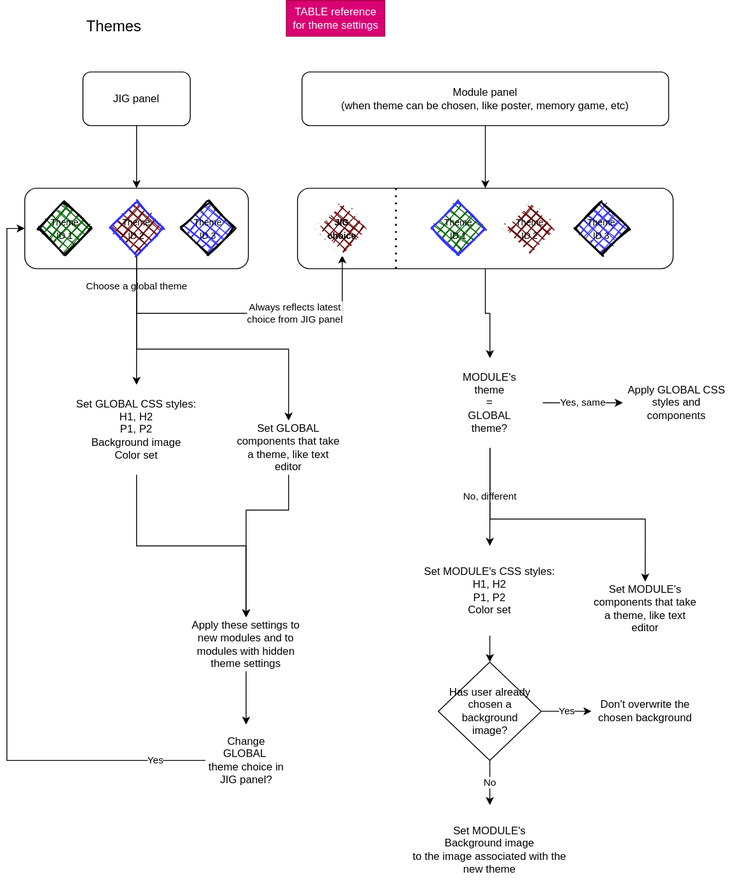
Above: jig/themes.drawio.svg in ji-devs/ji-cloud-flowcharts (draw.io), before the change. Source tidied: cells renumbered, new cells last; positions are measured from the earlier drawing's top-left corner, leaving out a move shared by most shapes.
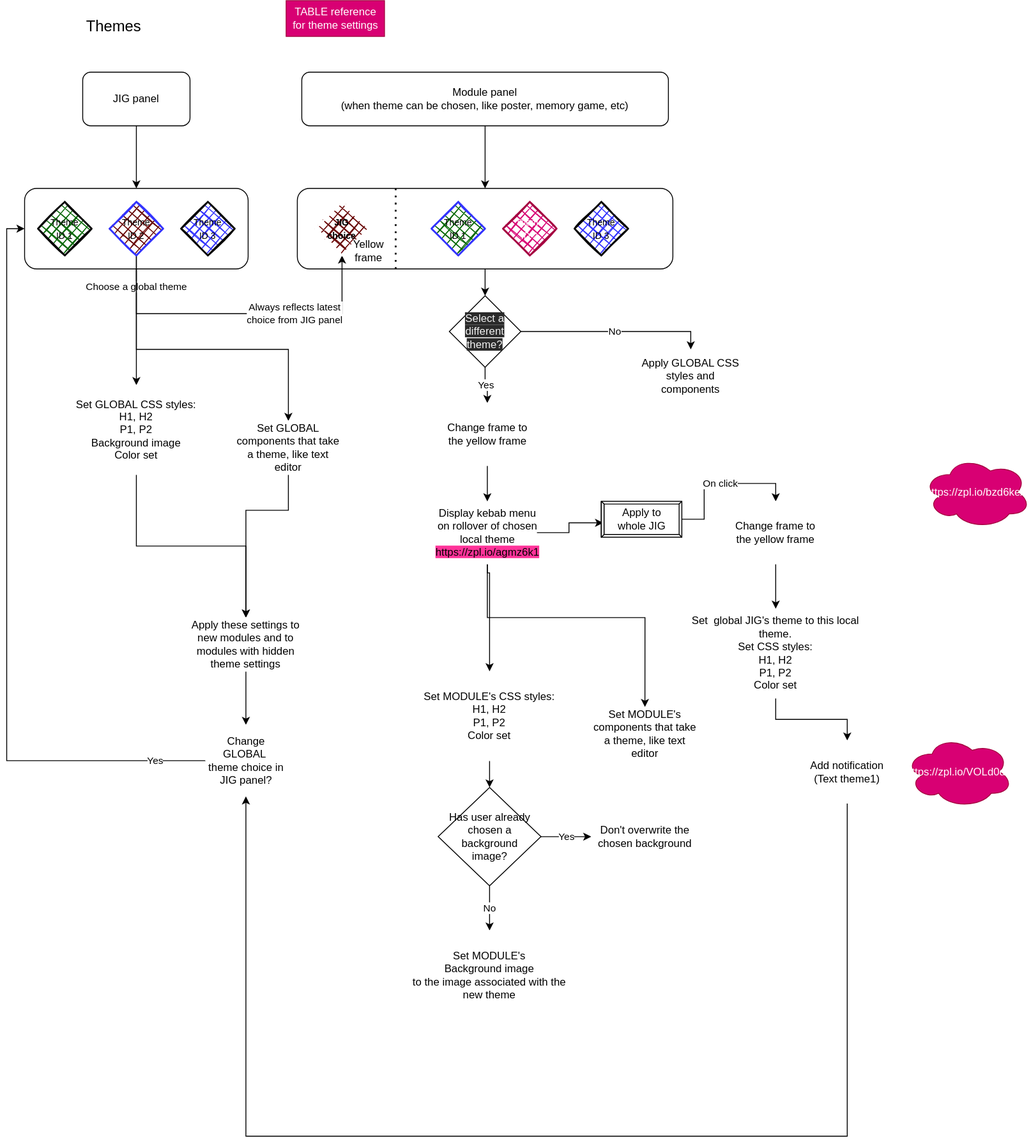
After the change.

Commit message:
changed to match new design

Change to the diagram source:
```diff
@@ -2,9 +2,9 @@
   <root>
     <mxCell id="0" />
     <mxCell id="1" parent="0" />
-    <mxCell id="2" style="edgeStyle=orthogonalEdgeStyle;rounded=0;jettySize=auto;html=1;" parent="1" edge="1" source="3" target="35">
-      <mxGeometry relative="1" as="geometry" />
-    </mxCell>
+    <mxCell id="43" style="edgeStyle=orthogonalEdgeStyle;rounded=0;jettySize=auto;html=1;" parent="1" edge="1" source="3" target="55">
+      <mxGeometry relative="1" as="geometry" />
+    </mxCell>
     <mxCell id="3" style="rounded=1;whiteSpace=wrap;html=1;" parent="1" vertex="1">
       <mxGeometry x="325" y="210" width="420" height="90" as="geometry" />
     </mxCell>
@@ -69,7 +69,7 @@
     <mxCell id="20" value="&lt;font style=&quot;font-size: 10px&quot;&gt;Theme&lt;br&gt;ID 3&lt;/font&gt;" style="rhombus;whiteSpace=wrap;html=1;strokeWidth=2;fillWeight=-1;hachureGap=8;fillStyle=cross-hatch;sketch=1;fillColor=#3333FF;" parent="1" vertex="1">
       <mxGeometry x="635" y="225" width="60" height="60" as="geometry" />
     </mxCell>
-    <mxCell id="21" value="&lt;font style=&quot;font-size: 10px&quot;&gt;Theme&lt;br&gt;ID 2&lt;/font&gt;" style="rhombus;whiteSpace=wrap;html=1;strokeWidth=2;fillWeight=-1;hachureGap=8;fillStyle=cross-hatch;sketch=1;fillColor=#660000;strokeColor=#FFFFFF;" parent="1" vertex="1">
+    <mxCell id="21" value="&lt;font style=&quot;font-size: 10px&quot;&gt;Theme&lt;br&gt;ID 2&lt;/font&gt;" style="rhombus;whiteSpace=wrap;html=1;strokeWidth=2;fillWeight=-1;hachureGap=8;fillStyle=cross-hatch;sketch=1;fillColor=#d80073;strokeColor=#A50040;fontColor=#ffffff;" parent="1" vertex="1">
       <mxGeometry x="555" y="225" width="60" height="60" as="geometry" />
     </mxCell>
     <mxCell id="22" style="endArrow=none;dashed=1;html=1;dashPattern=1 3;strokeWidth=2;" parent="1" edge="1">
@@ -85,7 +85,7 @@
       <mxGeometry relative="1" as="geometry" />
     </mxCell>
     <mxCell id="24" value="Set MODULE's CSS styles:&amp;nbsp;&lt;br&gt;H1,&amp;nbsp;H2&lt;br&gt;P1,&amp;nbsp;P2&lt;br&gt;Color set" style="rounded=1;whiteSpace=wrap;html=1;fillColor=none;strokeColor=#FFFFFF;" parent="1" vertex="1">
-      <mxGeometry x="445" y="610" width="190" height="100" as="geometry" />
+      <mxGeometry x="445" y="750" width="190" height="100" as="geometry" />
     </mxCell>
     <mxCell id="25" style="edgeStyle=orthogonalEdgeStyle;rounded=0;jettySize=auto;html=1;entryX=0.5;entryY=0;entryDx=0;entryDy=0;" parent="1" edge="1" source="26" target="29">
       <mxGeometry relative="1" as="geometry">
@@ -99,7 +99,7 @@
       <mxGeometry x="255" y="470" width="120" height="60" as="geometry" />
     </mxCell>
     <mxCell id="27" value="Set MODULE's components that take a theme, like text editor" style="rounded=1;whiteSpace=wrap;html=1;strokeColor=#FFFFFF;fillColor=none;" parent="1" vertex="1">
-      <mxGeometry x="653.8" y="650" width="120" height="60" as="geometry" />
+      <mxGeometry x="653.8" y="790" width="120" height="60" as="geometry" />
     </mxCell>
     <mxCell id="28" style="edgeStyle=orthogonalEdgeStyle;rounded=0;jettySize=auto;html=1;entryX=0.5;entryY=0;entryDx=0;entryDy=0;" parent="1" edge="1" source="29" target="31">
       <mxGeometry relative="1" as="geometry" />
@@ -118,25 +118,18 @@
     <mxCell id="31" value="Change GLOBAL&amp;nbsp; theme choice in JIG panel?" style="rhombus;whiteSpace=wrap;html=1;strokeColor=#FFFFFF;fillColor=none;" parent="1" vertex="1">
       <mxGeometry x="222.5" y="810" width="90" height="80" as="geometry" />
     </mxCell>
-    <mxCell id="32" value="No, different" style="edgeStyle=orthogonalEdgeStyle;rounded=0;jettySize=auto;html=1;" parent="1" edge="1" source="35" target="24">
-      <mxGeometry relative="1" as="geometry" />
-    </mxCell>
-    <mxCell id="33" style="edgeStyle=orthogonalEdgeStyle;rounded=0;jettySize=auto;html=1;entryX=0.5;entryY=0;entryDx=0;entryDy=0;" parent="1" edge="1" source="35" target="27">
+    <mxCell id="33" style="edgeStyle=orthogonalEdgeStyle;rounded=0;jettySize=auto;html=1;entryX=0.5;entryY=0;entryDx=0;entryDy=0;exitX=0.5;exitY=1;exitDx=0;exitDy=0;" parent="1" edge="1" source="46" target="27">
       <mxGeometry relative="1" as="geometry">
         <Array as="points">
-          <mxPoint x="539.8" y="580" />
-          <mxPoint x="713.8" y="580" />
+          <mxPoint x="538" y="640" />
+          <mxPoint x="540" y="640" />
+          <mxPoint x="540" y="690" />
+          <mxPoint x="714" y="690" />
         </Array>
       </mxGeometry>
     </mxCell>
-    <mxCell id="34" value="Yes, same" style="edgeStyle=orthogonalEdgeStyle;rounded=0;jettySize=auto;html=1;entryX=0;entryY=0.5;entryDx=0;entryDy=0;" parent="1" edge="1" source="35" target="36">
-      <mxGeometry relative="1" as="geometry" />
-    </mxCell>
-    <mxCell id="35" value="MODULE's &lt;br&gt;theme &lt;br&gt;= &lt;br&gt;GLOBAL &lt;br&gt;theme?" style="rhombus;whiteSpace=wrap;html=1;strokeColor=#FFFFFF;fillColor=none;" parent="1" vertex="1">
-      <mxGeometry x="481.2" y="400" width="117.5" height="100" as="geometry" />
-    </mxCell>
     <mxCell id="36" value="Apply GLOBAL CSS styles and components" style="rounded=1;whiteSpace=wrap;html=1;strokeColor=#FFFFFF;fillColor=none;" parent="1" vertex="1">
-      <mxGeometry x="688.8" y="420" width="120" height="60" as="geometry" />
+      <mxGeometry x="705" y="390" width="120" height="60" as="geometry" />
     </mxCell>
     <mxCell id="37" value="TABLE reference for theme settings" style="text;html=1;strokeColor=#A50040;fillColor=#d80073;align=center;verticalAlign=middle;whiteSpace=wrap;rounded=0;fontColor=#ffffff;" parent="1" vertex="1">
       <mxGeometry x="312.5" width="110" height="40" as="geometry" />
@@ -148,13 +141,75 @@
       <mxGeometry relative="1" as="geometry" />
     </mxCell>
     <mxCell id="40" value="Has user already chosen a background &lt;br&gt;image?" style="rhombus;whiteSpace=wrap;html=1;" parent="1" vertex="1">
-      <mxGeometry x="482.5" y="740" width="115" height="110" as="geometry" />
+      <mxGeometry x="482.5" y="880" width="115" height="110" as="geometry" />
     </mxCell>
     <mxCell id="41" value="Set MODULE's&amp;nbsp;&lt;br&gt;Background image&lt;br&gt;to the image associated with the new theme" style="rounded=1;whiteSpace=wrap;html=1;fillColor=none;strokeColor=#FFFFFF;" parent="1" vertex="1">
-      <mxGeometry x="445" y="900" width="190" height="100" as="geometry" />
+      <mxGeometry x="445" y="1040" width="190" height="100" as="geometry" />
     </mxCell>
     <mxCell id="42" value="Don't overwrite the chosen background" style="rounded=1;whiteSpace=wrap;html=1;fillColor=none;strokeColor=#FFFFFF;" parent="1" vertex="1">
-      <mxGeometry x="653.8" y="757.5" width="120" height="75" as="geometry" />
+      <mxGeometry x="653.8" y="897.5" width="120" height="75" as="geometry" />
     </mxCell>
+    <mxCell id="44" style="edgeStyle=orthogonalEdgeStyle;rounded=0;jettySize=auto;html=1;entryX=0.022;entryY=0.6;entryDx=0;entryDy=0;entryPerimeter=0;" parent="1" edge="1" source="46" target="48">
+      <mxGeometry relative="1" as="geometry" />
+    </mxCell>
+    <mxCell id="45" style="edgeStyle=orthogonalEdgeStyle;rounded=0;jettySize=auto;html=1;" parent="1" edge="1" source="46" target="24">
+      <mxGeometry relative="1" as="geometry" />
+    </mxCell>
+    <mxCell id="46" value="Display kebab menu on rollover of chosen local theme&lt;br&gt;&lt;span style=&quot;background-color: rgb(255 , 51 , 153)&quot;&gt;https://zpl.io/agmz6k1&lt;/span&gt;" style="rounded=1;whiteSpace=wrap;html=1;strokeColor=#FFFFFF;fillColor=none;" parent="1" vertex="1">
+      <mxGeometry x="482.5" y="560" width="110" height="70" as="geometry" />
+    </mxCell>
+    <mxCell id="47" value="On click" style="edgeStyle=orthogonalEdgeStyle;rounded=0;jettySize=auto;html=1;entryX=0.5;entryY=0;entryDx=0;entryDy=0;" parent="1" edge="1" source="48" target="57">
+      <mxGeometry relative="1" as="geometry" />
+    </mxCell>
+    <mxCell id="48" value="Apply to &lt;br&gt;whole JIG" style="labelPosition=center;verticalLabelPosition=middle;align=center;html=1;shape=mxgraph.basic.button;dx=3;" parent="1" vertex="1">
+      <mxGeometry x="665" y="560" width="90" height="40" as="geometry" />
+    </mxCell>
+    <mxCell id="49" style="edgeStyle=orthogonalEdgeStyle;rounded=0;jettySize=auto;html=1;entryX=0.5;entryY=1;entryDx=0;entryDy=0;exitX=0.5;exitY=1;exitDx=0;exitDy=0;" parent="1" edge="1" source="61" target="31">
+      <mxGeometry relative="1" as="geometry">
+        <Array as="points">
+          <mxPoint x="940" y="1270" />
+          <mxPoint x="268" y="1270" />
+        </Array>
+      </mxGeometry>
+    </mxCell>
+    <mxCell id="50" style="edgeStyle=orthogonalEdgeStyle;rounded=0;jettySize=auto;html=1;entryX=0.5;entryY=0;entryDx=0;entryDy=0;" parent="1" edge="1" source="51" target="61">
+      <mxGeometry relative="1" as="geometry" />
+    </mxCell>
+    <mxCell id="51" value="Set&amp;nbsp; global JIG's theme to this local theme.&lt;br&gt;Set CSS styles:&amp;nbsp;&lt;br&gt;H1,&amp;nbsp;H2&lt;br&gt;P1,&amp;nbsp;P2&lt;br&gt;Color set" style="rounded=1;whiteSpace=wrap;html=1;fillColor=none;strokeColor=#FFFFFF;" parent="1" vertex="1">
+      <mxGeometry x="765" y="680" width="190" height="100" as="geometry" />
+    </mxCell>
+    <mxCell id="52" value="Yellow frame" style="text;html=1;strokeColor=none;fillColor=none;align=center;verticalAlign=middle;whiteSpace=wrap;rounded=0;" parent="1" vertex="1">
+      <mxGeometry x="385" y="270" width="40" height="20" as="geometry" />
+    </mxCell>
+    <mxCell id="53" value="No" style="edgeStyle=orthogonalEdgeStyle;rounded=0;jettySize=auto;html=1;entryX=0.5;entryY=0;entryDx=0;entryDy=0;" parent="1" edge="1" source="55" target="36">
+      <mxGeometry relative="1" as="geometry" />
+    </mxCell>
+    <mxCell id="54" value="Yes" style="edgeStyle=orthogonalEdgeStyle;rounded=0;jettySize=auto;html=1;entryX=0.5;entryY=0;entryDx=0;entryDy=0;" parent="1" edge="1" source="55" target="59">
+      <mxGeometry relative="1" as="geometry" />
+    </mxCell>
+    <mxCell id="55" value="&lt;span style=&quot;color: rgb(240 , 240 , 240) ; font-family: &amp;#34;helvetica&amp;#34; ; font-size: 12px ; font-style: normal ; font-weight: 400 ; letter-spacing: normal ; text-align: center ; text-indent: 0px ; text-transform: none ; word-spacing: 0px ; background-color: rgb(42 , 42 , 42) ; display: inline ; float: none&quot;&gt;Select a different theme?&lt;/span&gt;" style="rhombus;whiteSpace=wrap;html=1;" parent="1" vertex="1">
+      <mxGeometry x="495" y="330" width="80" height="80" as="geometry" />
+    </mxCell>
+    <mxCell id="56" style="edgeStyle=orthogonalEdgeStyle;rounded=0;jettySize=auto;html=1;entryX=0.5;entryY=0;entryDx=0;entryDy=0;" parent="1" edge="1" source="57" target="51">
+      <mxGeometry relative="1" as="geometry" />
+    </mxCell>
+    <mxCell id="57" value="Change frame to the yellow frame" style="rounded=1;whiteSpace=wrap;html=1;strokeColor=#FFFFFF;fillColor=none;" parent="1" vertex="1">
+      <mxGeometry x="805" y="560" width="110" height="70" as="geometry" />
+    </mxCell>
+    <mxCell id="58" style="edgeStyle=orthogonalEdgeStyle;rounded=0;jettySize=auto;html=1;" parent="1" edge="1" source="59" target="46">
+      <mxGeometry relative="1" as="geometry" />
+    </mxCell>
+    <mxCell id="59" value="Change frame to the yellow frame" style="rounded=1;whiteSpace=wrap;html=1;strokeColor=#FFFFFF;fillColor=none;" parent="1" vertex="1">
+      <mxGeometry x="482.5" y="450" width="110" height="70" as="geometry" />
+    </mxCell>
+    <mxCell id="60" value="https://zpl.io/bzd6keA" style="ellipse;shape=cloud;whiteSpace=wrap;html=1;fillColor=#d80073;strokeColor=#A50040;fontColor=#ffffff;" parent="1" vertex="1">
+      <mxGeometry x="1025" y="510" width="120" height="80" as="geometry" />
+    </mxCell>
+    <mxCell id="61" value="Add notification (Text theme1)" style="rounded=1;whiteSpace=wrap;html=1;strokeColor=#FFFFFF;fillColor=none;" parent="1" vertex="1">
+      <mxGeometry x="885" y="827.5" width="110" height="70" as="geometry" />
+    </mxCell>
+    <mxCell id="62" value="https://zpl.io/VOLd0d8" style="ellipse;shape=cloud;whiteSpace=wrap;html=1;fillColor=#d80073;strokeColor=#A50040;fontColor=#ffffff;" parent="1" vertex="1">
+      <mxGeometry x="1005" y="822.5" width="120" height="80" as="geometry" />
+    </mxCell>
   </root>
 </mxGraphModel>
```
